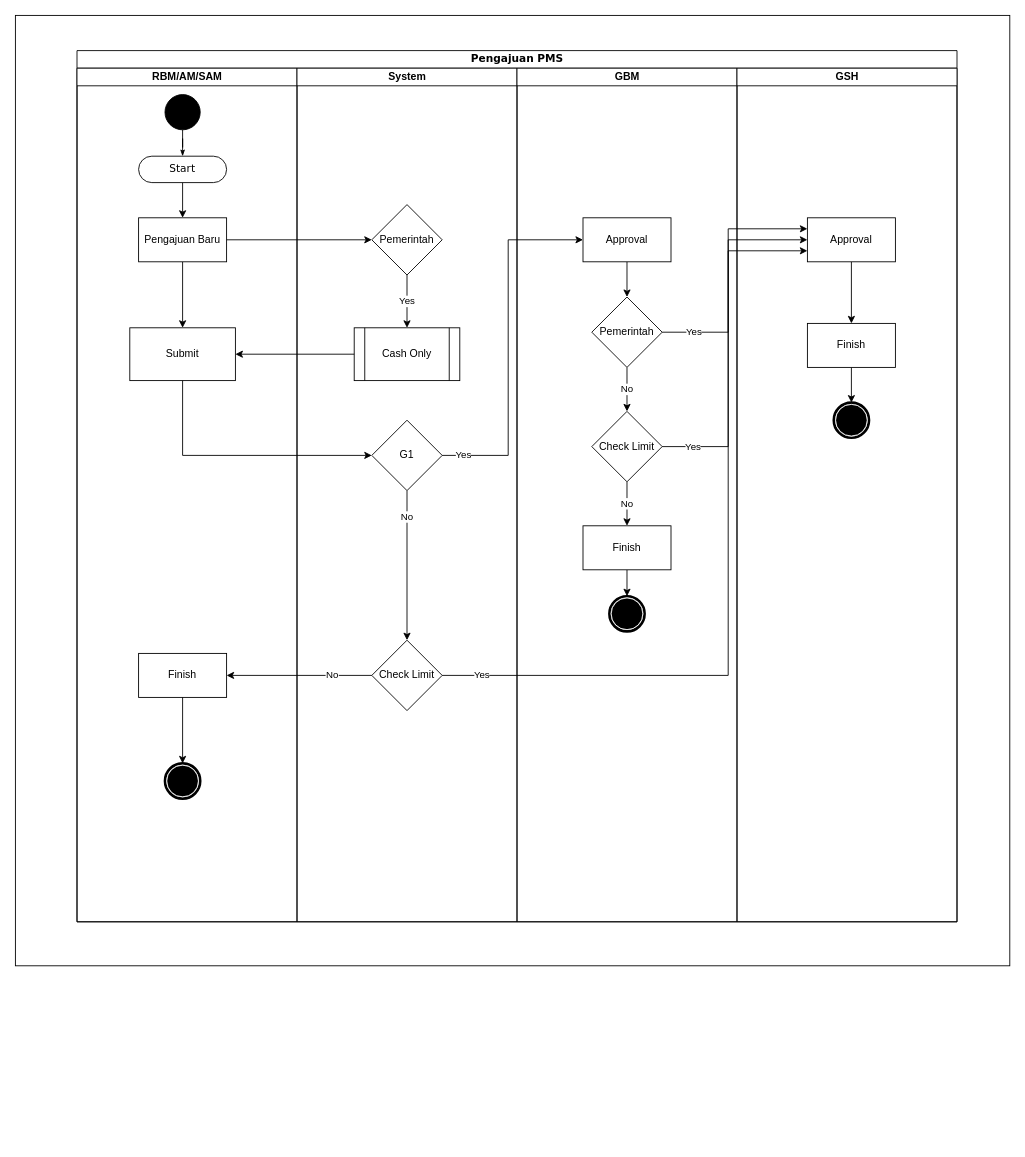
The draw.io diagram page "BP-Pengajuan" (2 of 4) of Sitemap-PieMeS.drawio in muhamadfarkhan/system-analyst, before the edit. Source tidied: cells renumbered, new cells numbered last; positions are measured from the earlier drawing's top-left corner, leaving out a move shared by most shapes. Both pictures are drawn from the tidied source at 88%, with x=0, y=0 at pixel (15, 15).
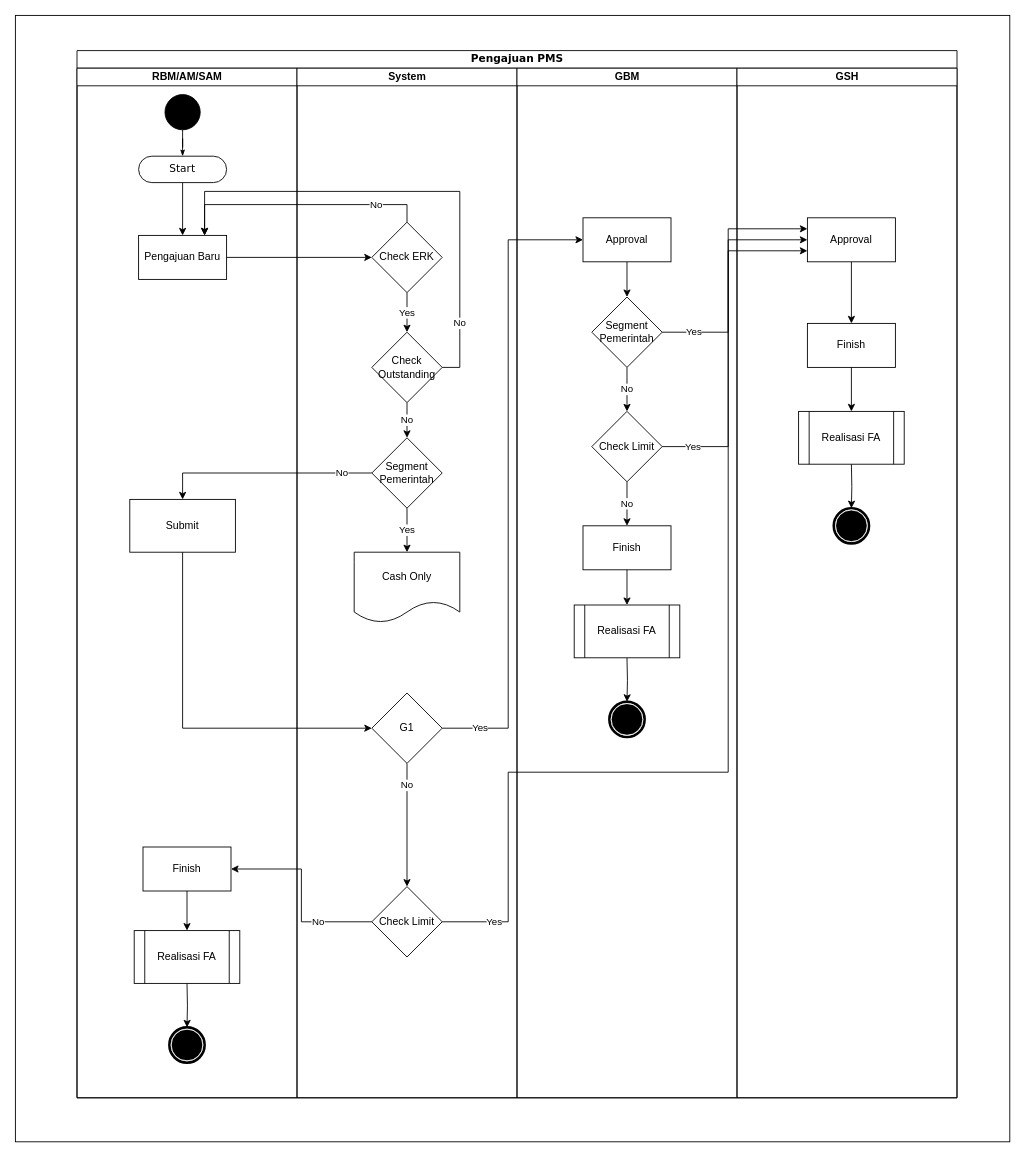
The same page after the edit.

Unchanged cells that the change refers to:
```xml
<mxCell id="26" value="Approval" style="html=1;dashed=0;whiteSpace=wrap;" parent="24" vertex="1">
  <mxGeometry x="75" y="170" width="100" height="50" as="geometry" />
</mxCell>
<mxCell id="32" value="Finish" style="html=1;dashed=0;whiteSpace=wrap;" parent="24" vertex="1">
  <mxGeometry x="75" y="520" width="100" height="50" as="geometry" />
</mxCell>
<mxCell id="37" value="Approval" style="html=1;dashed=0;whiteSpace=wrap;" parent="34" vertex="1">
  <mxGeometry x="80" y="170" width="100" height="50" as="geometry" />
</mxCell>
<mxCell id="39" value="Finish" style="html=1;dashed=0;whiteSpace=wrap;" parent="34" vertex="1">
  <mxGeometry x="80" y="290" width="100" height="50" as="geometry" />
</mxCell>
```

What changed in the source:
```diff
@@
     <mxCell id="2" style="rounded=0;whiteSpace=wrap;html=1;" parent="1" vertex="1">
-      <mxGeometry width="1130" height="1080" as="geometry" />
+      <mxGeometry width="1130" height="1280" as="geometry" />
     </mxCell>
     <mxCell id="3" value="Pengajuan PMS" style="swimlane;html=1;startSize=20;rounded=0;shadow=0;comic=0;labelBackgroundColor=none;strokeWidth=1;fontFamily=Verdana;fontSize=12;align=center;" parent="1" vertex="1">
-      <mxGeometry x="70" y="40" width="1000" height="990" as="geometry" />
+      <mxGeometry x="70" y="40" width="1000" height="1190" as="geometry" />
     </mxCell>
     <mxCell id="4" value="RBM/AM/SAM" style="swimlane;html=1;startSize=20;" parent="3" vertex="1">
-      <mxGeometry y="20" width="250" height="970" as="geometry" />
+      <mxGeometry y="20" width="250" height="1170" as="geometry" />
     </mxCell>
@@
-    <mxCell id="9" style="edgeStyle=orthogonalEdgeStyle;rounded=0;jettySize=auto;html=1;" parent="4" edge="1" source="10" target="11">
-      <mxGeometry relative="1" as="geometry" />
-    </mxCell>
     <mxCell id="10" value="Pengajuan Baru" style="html=1;dashed=0;whiteSpace=wrap;" parent="4" vertex="1">
-      <mxGeometry x="70" y="170" width="100" height="50" as="geometry" />
+      <mxGeometry x="70" y="190" width="100" height="50" as="geometry" />
     </mxCell>
     <mxCell id="11" value="Submit" style="whiteSpace=wrap;html=1;dashed=0;" parent="4" vertex="1">
-      <mxGeometry x="60" y="295" width="120" height="60" as="geometry" />
+      <mxGeometry x="60" y="490" width="120" height="60" as="geometry" />
     </mxCell>
+    <mxCell id="46" style="edgeStyle=orthogonalEdgeStyle;rounded=0;jettySize=auto;html=1;exitX=0.5;exitY=1;exitDx=0;exitDy=0;" parent="4" edge="1" source="12" target="48">
+      <mxGeometry relative="1" as="geometry" />
+    </mxCell>
     <mxCell id="12" value="Finish" style="html=1;dashed=0;whiteSpace=wrap;" parent="4" vertex="1">
-      <mxGeometry x="70" y="665" width="100" height="50" as="geometry" />
+      <mxGeometry x="75" y="885" width="100" height="50" as="geometry" />
     </mxCell>
     <mxCell id="13" style="shape=mxgraph.bpmn.shape;html=1;verticalLabelPosition=bottom;labelBackgroundColor=#ffffff;verticalAlign=top;perimeter=ellipsePerimeter;outline=end;symbol=terminate;rounded=0;shadow=0;comic=0;strokeWidth=1;fontFamily=Verdana;fontSize=12;align=center;" parent="4" vertex="1">
-      <mxGeometry x="100" y="790" width="40" height="40" as="geometry" />
+      <mxGeometry x="105" y="1090" width="40" height="40" as="geometry" />
     </mxCell>
-    <mxCell id="14" style="edgeStyle=orthogonalEdgeStyle;rounded=0;jettySize=auto;html=1;exitX=0.5;exitY=1;exitDx=0;exitDy=0;entryX=0.5;entryY=0;entryDx=0;entryDy=0;" parent="4" edge="1" source="12" target="13">
-      <mxGeometry relative="1" as="geometry" />
-    </mxCell>
+    <mxCell id="47" style="edgeStyle=orthogonalEdgeStyle;rounded=0;jettySize=auto;html=1;exitX=0.5;exitY=1;exitDx=0;exitDy=0;" parent="4" edge="1" target="13">
+      <mxGeometry relative="1" as="geometry">
+        <mxPoint x="125" y="1040" as="sourcePoint" />
+      </mxGeometry>
+    </mxCell>
+    <mxCell id="48" value="Realisasi FA" style="shape=process;whiteSpace=wrap;html=1;backgroundOutline=1;" parent="4" vertex="1">
+      <mxGeometry x="65" y="980" width="120" height="60" as="geometry" />
+    </mxCell>
     <mxCell id="15" value="System" style="swimlane;html=1;startSize=20;" parent="3" vertex="1">
-      <mxGeometry x="250" y="20" width="250" height="970" as="geometry" />
+      <mxGeometry x="250" y="20" width="250" height="1170" as="geometry" />
     </mxCell>
-    <mxCell id="16" value="Yes" style="edgeStyle=orthogonalEdgeStyle;rounded=0;jettySize=auto;html=1;exitX=0.5;exitY=1;exitDx=0;exitDy=0;entryX=0.5;entryY=0;entryDx=0;entryDy=0;" parent="15" edge="1" source="17" target="21">
+    <mxCell id="16" value="Yes" style="edgeStyle=orthogonalEdgeStyle;rounded=0;jettySize=auto;html=1;exitX=0.5;exitY=1;exitDx=0;exitDy=0;" parent="15" edge="1" source="17" target="21">
       <mxGeometry relative="1" as="geometry" />
     </mxCell>
-    <mxCell id="17" value="Pemerintah" style="rhombus;whiteSpace=wrap;html=1;" parent="15" vertex="1">
-      <mxGeometry x="85" y="155" width="80" height="80" as="geometry" />
+    <mxCell id="17" value="Segment Pemerintah" style="rhombus;whiteSpace=wrap;html=1;" parent="15" vertex="1">
+      <mxGeometry x="85" y="420" width="80" height="80" as="geometry" />
     </mxCell>
@@
     <mxCell id="19" value="G1" style="rhombus;whiteSpace=wrap;html=1;" parent="15" vertex="1">
-      <mxGeometry x="85" y="400" width="80" height="80" as="geometry" />
+      <mxGeometry x="85" y="710" width="80" height="80" as="geometry" />
     </mxCell>
     <mxCell id="20" value="Check Limit" style="rhombus;whiteSpace=wrap;html=1;" parent="15" vertex="1">
-      <mxGeometry x="85" y="650" width="80" height="80" as="geometry" />
+      <mxGeometry x="85" y="930" width="80" height="80" as="geometry" />
     </mxCell>
+    <mxCell id="49" value="No" style="edgeStyle=orthogonalEdgeStyle;rounded=0;jettySize=auto;html=1;exitX=0.5;exitY=1;exitDx=0;exitDy=0;" parent="15" edge="1" source="50" target="17">
+      <mxGeometry relative="1" as="geometry" />
+    </mxCell>
+    <mxCell id="50" value="Check Outstanding" style="rhombus;whiteSpace=wrap;html=1;" parent="15" vertex="1">
+      <mxGeometry x="85" y="300" width="80" height="80" as="geometry" />
+    </mxCell>
+    <mxCell id="51" value="Yes" style="edgeStyle=orthogonalEdgeStyle;rounded=0;jettySize=auto;html=1;exitX=0.5;exitY=1;exitDx=0;exitDy=0;entryX=0.5;entryY=0;entryDx=0;entryDy=0;" parent="15" edge="1" source="52" target="50">
+      <mxGeometry relative="1" as="geometry" />
+    </mxCell>
+    <mxCell id="52" value="Check ERK" style="rhombus;whiteSpace=wrap;html=1;" parent="15" vertex="1">
+      <mxGeometry x="85" y="175" width="80" height="80" as="geometry" />
+    </mxCell>
-    <mxCell id="21" value="Cash Only" style="shape=process;whiteSpace=wrap;html=1;backgroundOutline=1;" parent="15" vertex="1">
-      <mxGeometry x="65" y="295" width="120" height="60" as="geometry" />
+    <mxCell id="21" value="Cash Only" style="shape=document;whiteSpace=wrap;html=1;boundedLbl=1;" parent="15" vertex="1">
+      <mxGeometry x="65" y="550" width="120" height="80" as="geometry" />
     </mxCell>
@@
     <mxCell id="23" value="Yes" style="edgeStyle=orthogonalEdgeStyle;rounded=0;jettySize=auto;html=1;exitX=1;exitY=0.5;exitDx=0;exitDy=0;entryX=0;entryY=0.5;entryDx=0;entryDy=0;" parent="3" edge="1" source="19" target="26">
       <mxGeometry x="-0.88" relative="1" as="geometry">
         <Array as="points">
-          <mxPoint x="490" y="460" />
+          <mxPoint x="490" y="770" />
           <mxPoint x="490" y="215" />
         </Array>
       </mxGeometry>
     </mxCell>
     <mxCell id="24" value="GBM" style="swimlane;html=1;startSize=20;" parent="3" vertex="1">
-      <mxGeometry x="500" y="20" width="250" height="970" as="geometry" />
+      <mxGeometry x="500" y="20" width="250" height="1170" as="geometry" />
     </mxCell>
@@
-    <mxCell id="28" value="Pemerintah" style="rhombus;whiteSpace=wrap;html=1;" parent="24" vertex="1">
+    <mxCell id="28" value="Segment Pemerintah" style="rhombus;whiteSpace=wrap;html=1;" parent="24" vertex="1">
       <mxGeometry x="85" y="260" width="80" height="80" as="geometry" />
     </mxCell>
@@
-    <mxCell id="31" style="edgeStyle=orthogonalEdgeStyle;rounded=0;jettySize=auto;html=1;exitX=0.5;exitY=1;exitDx=0;exitDy=0;entryX=0.5;entryY=0;entryDx=0;entryDy=0;" parent="24" edge="1" source="32" target="33">
-      <mxGeometry relative="1" as="geometry" />
-    </mxCell>
@@
     <mxCell id="33" style="shape=mxgraph.bpmn.shape;html=1;verticalLabelPosition=bottom;labelBackgroundColor=#ffffff;verticalAlign=top;perimeter=ellipsePerimeter;outline=end;symbol=terminate;rounded=0;shadow=0;comic=0;strokeWidth=1;fontFamily=Verdana;fontSize=12;align=center;" parent="24" vertex="1">
-      <mxGeometry x="105" y="600" width="40" height="40" as="geometry" />
+      <mxGeometry x="105" y="720" width="40" height="40" as="geometry" />
     </mxCell>
+    <mxCell id="53" style="edgeStyle=orthogonalEdgeStyle;rounded=0;jettySize=auto;html=1;exitX=0.5;exitY=1;exitDx=0;exitDy=0;entryX=0.5;entryY=0;entryDx=0;entryDy=0;" parent="24" edge="1" target="33">
+      <mxGeometry relative="1" as="geometry">
+        <mxPoint x="125" y="670" as="sourcePoint" />
+      </mxGeometry>
+    </mxCell>
+    <mxCell id="54" value="Realisasi FA" style="shape=process;whiteSpace=wrap;html=1;backgroundOutline=1;" parent="24" vertex="1">
+      <mxGeometry x="65" y="610" width="120" height="60" as="geometry" />
+    </mxCell>
+    <mxCell id="55" style="edgeStyle=orthogonalEdgeStyle;rounded=0;jettySize=auto;html=1;exitX=0.5;exitY=1;exitDx=0;exitDy=0;" parent="24" edge="1" source="32" target="54">
+      <mxGeometry relative="1" as="geometry" />
+    </mxCell>
     <mxCell id="34" value="GSH" style="swimlane;html=1;startSize=20;" parent="3" vertex="1">
-      <mxGeometry x="750" y="20" width="250" height="970" as="geometry" />
+      <mxGeometry x="750" y="20" width="250" height="1170" as="geometry" />
     </mxCell>
     <mxCell id="35" style="shape=mxgraph.bpmn.shape;html=1;verticalLabelPosition=bottom;labelBackgroundColor=#ffffff;verticalAlign=top;perimeter=ellipsePerimeter;outline=end;symbol=terminate;rounded=0;shadow=0;comic=0;strokeWidth=1;fontFamily=Verdana;fontSize=12;align=center;" parent="34" vertex="1">
-      <mxGeometry x="110" y="380" width="40" height="40" as="geometry" />
+      <mxGeometry x="110" y="500" width="40" height="40" as="geometry" />
     </mxCell>
@@
-    <mxCell id="38" style="edgeStyle=orthogonalEdgeStyle;rounded=0;jettySize=auto;html=1;exitX=0.5;exitY=1;exitDx=0;exitDy=0;entryX=0.5;entryY=0;entryDx=0;entryDy=0;" parent="34" edge="1" source="39" target="35">
-      <mxGeometry relative="1" as="geometry" />
-    </mxCell>
@@
+    <mxCell id="56" style="edgeStyle=orthogonalEdgeStyle;rounded=0;jettySize=auto;html=1;exitX=0.5;exitY=1;exitDx=0;exitDy=0;entryX=0.5;entryY=0;entryDx=0;entryDy=0;" parent="34" edge="1" target="35">
+      <mxGeometry relative="1" as="geometry">
+        <mxPoint x="130" y="450" as="sourcePoint" />
+      </mxGeometry>
+    </mxCell>
+    <mxCell id="57" style="edgeStyle=orthogonalEdgeStyle;rounded=0;jettySize=auto;html=1;exitX=0.5;exitY=1;exitDx=0;exitDy=0;" parent="34" edge="1" source="39" target="58">
+      <mxGeometry relative="1" as="geometry" />
+    </mxCell>
+    <mxCell id="58" value="Realisasi FA" style="shape=process;whiteSpace=wrap;html=1;backgroundOutline=1;" parent="34" vertex="1">
+      <mxGeometry x="70" y="390" width="120" height="60" as="geometry" />
+    </mxCell>
     <mxCell id="40" value="Yes" style="edgeStyle=orthogonalEdgeStyle;rounded=0;jettySize=auto;html=1;exitX=1;exitY=0.5;exitDx=0;exitDy=0;entryX=0;entryY=0.75;entryDx=0;entryDy=0;" parent="3" edge="1" source="20" target="37">
       <mxGeometry x="-0.9" relative="1" as="geometry">
         <Array as="points">
-          <mxPoint x="740" y="710" />
+          <mxPoint x="490" y="990" />
+          <mxPoint x="490" y="820" />
+          <mxPoint x="740" y="820" />
           <mxPoint x="740" y="228" />
         </Array>
       </mxGeometry>
     </mxCell>
-    <mxCell id="41" style="edgeStyle=orthogonalEdgeStyle;rounded=0;jettySize=auto;html=1;exitX=1;exitY=0.5;exitDx=0;exitDy=0;entryX=0;entryY=0.5;entryDx=0;entryDy=0;" parent="3" edge="1" source="10" target="17">
-      <mxGeometry relative="1" as="geometry" />
-    </mxCell>
@@
-    <mxCell id="43" style="edgeStyle=orthogonalEdgeStyle;rounded=0;jettySize=auto;html=1;exitX=0;exitY=0.5;exitDx=0;exitDy=0;entryX=1;entryY=0.5;entryDx=0;entryDy=0;" parent="3" edge="1" source="21" target="11">
-      <mxGeometry relative="1" as="geometry" />
-    </mxCell>
@@
+    <mxCell id="59" value="No" style="edgeStyle=orthogonalEdgeStyle;rounded=0;jettySize=auto;html=1;exitX=0;exitY=0.5;exitDx=0;exitDy=0;entryX=0.5;entryY=0;entryDx=0;entryDy=0;" parent="3" edge="1" source="17" target="11">
+      <mxGeometry x="-0.73" relative="1" as="geometry">
+        <Array as="points">
+          <mxPoint x="120" y="480" />
+        </Array>
+        <mxPoint x="-1" as="offset" />
+      </mxGeometry>
+    </mxCell>
+    <mxCell id="60" style="edgeStyle=orthogonalEdgeStyle;rounded=0;jettySize=auto;html=1;exitX=1;exitY=0.5;exitDx=0;exitDy=0;" parent="3" edge="1" source="10" target="52">
+      <mxGeometry relative="1" as="geometry" />
+    </mxCell>
+    <mxCell id="61" value="No" style="edgeStyle=orthogonalEdgeStyle;rounded=0;jettySize=auto;html=1;exitX=1;exitY=0.5;exitDx=0;exitDy=0;entryX=0.75;entryY=0;entryDx=0;entryDy=0;" parent="3" edge="1" source="50" target="10">
+      <mxGeometry x="-0.75" relative="1" as="geometry">
+        <Array as="points">
+          <mxPoint x="435" y="360" />
+          <mxPoint x="435" y="160" />
+          <mxPoint x="145" y="160" />
+        </Array>
+      </mxGeometry>
+    </mxCell>
+    <mxCell id="62" value="No" style="edgeStyle=orthogonalEdgeStyle;rounded=0;jettySize=auto;html=1;exitX=0.5;exitY=0;exitDx=0;exitDy=0;entryX=0.75;entryY=0;entryDx=0;entryDy=0;" parent="3" edge="1" source="52" target="10">
+      <mxGeometry x="-0.61" relative="1" as="geometry">
+        <mxPoint x="1" as="offset" />
+      </mxGeometry>
+    </mxCell>
```
